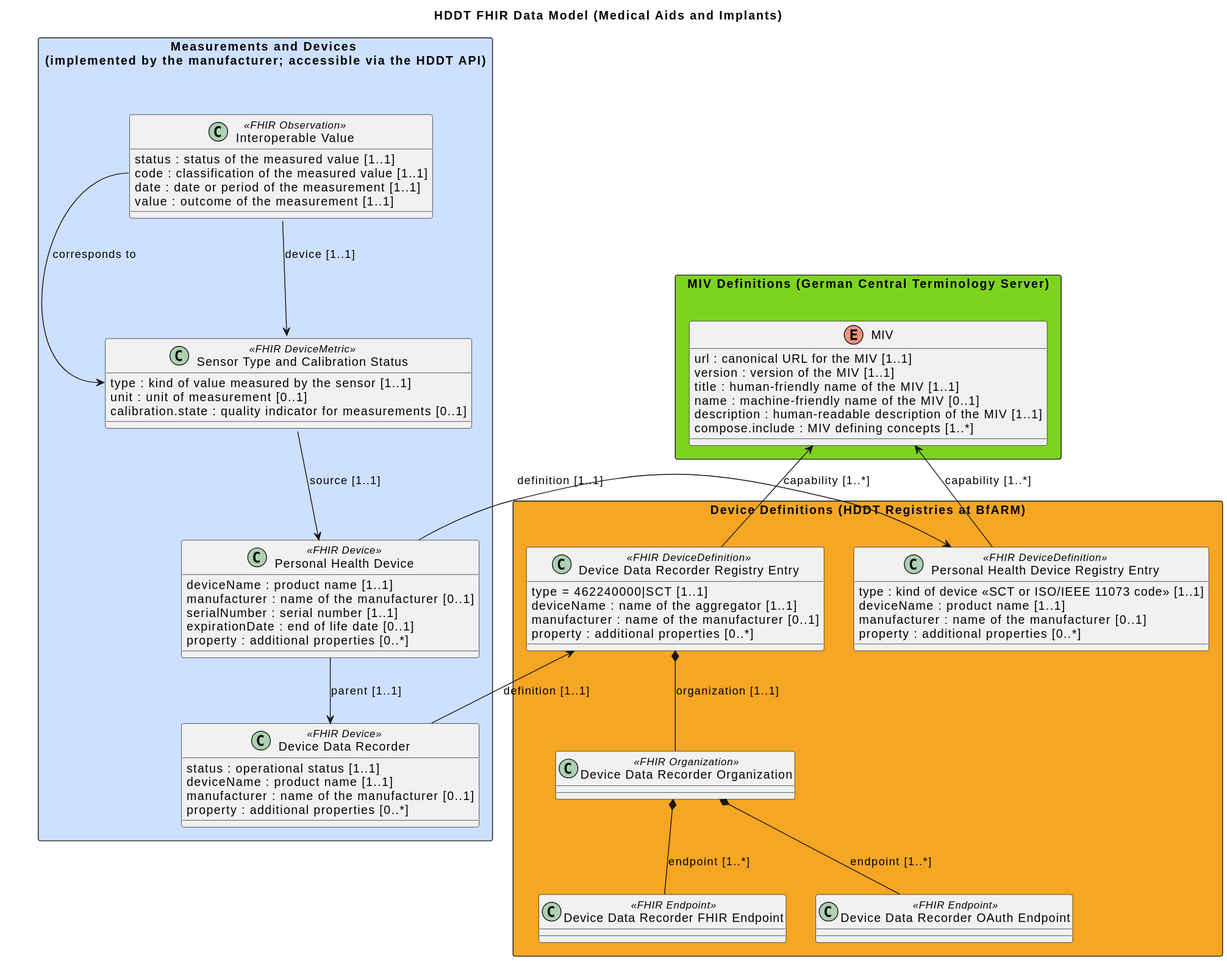
Earlier version of the PlantUML export input/images/out/HDDT_Informationsmodell_Generisch_Complete v3.svg (gematik/spec-HDDT). The source it was exported from:
```plantuml
@startuml
!define MANUFACTURER #CDE0FF
!define VIBW #7ED321
!define BFARM #F5A623

title HDDT FHIR Data Model (Medical Aids and Implants)
skinparam packageStyle rectangle

package HDDT_Measurements_and_Devices as "Measurements and Devices \n(implemented by the manufacturer; accessible via the HDDT API)"MANUFACTURER {

    class IV as "Interoperable Value" <<FHIR Observation>> {
        status : status of the measured value [1..1]
        code : classification of the measured value [1..1]
        date : date or period of the measurement [1..1]
        value : outcome of the measurement [1..1]
    }

    class Metric as "Sensor Type and Calibration Status" <<FHIR DeviceMetric>> {
        type : kind of value measured by the sensor [1..1]
        unit : unit of measurement [0..1]
        calibration.state : quality indicator for measurements [0..1]
    }

    IV::code --> Metric::type : "corresponds to"

    class PHD as "Personal Health Device" <<FHIR Device>> {
        deviceName : product name [1..1]
        manufacturer : name of the manufacturer [0..1]
        serialNumber : serial number [1..1]
        expirationDate : end of life date [0..1]
        property : additional properties [0..*]
    }

    class DM as "Device Data Recorder" <<FHIR Device>> {
        status : operational status [1..1]
        deviceName : product name [1..1]
        manufacturer : name of the manufacturer [0..1]
        property : additional properties [0..*]
    }

    IV --> Metric : "device [1..1] "
    Metric --> PHD : "source [1..1]"
    PHD --> DM : "parent [1..1]"
}

package HDDT_Registries as "Device Definitions (HDDT Registries at BfARM)" BFARM {

    class PHD_Def as "Personal Health Device Registry Entry" <<FHIR DeviceDefinition>> {
        type : kind of device <<SCT or ISO/IEEE 11073 code>> [1..1]
        deviceName : product name [1..1]
        manufacturer : name of the manufacturer [0..1]
        property : additional properties [0..*]
    }

    class DM_Def as "Device Data Recorder Registry Entry" <<FHIR DeviceDefinition>> {
        type = 462240000|SCT [1..1]
        deviceName : name of the aggregator [1..1]
        manufacturer : name of the manufacturer [0..1]
        property : additional properties [0..*]
    }

    class DM_Org as "Device Data Recorder Organization" <<FHIR Organization>> {
    }
    class EP_FHIR as "Device Data Recorder FHIR Endpoint" <<FHIR Endpoint>> {
    }
    class EP_OAuth as "Device Data Recorder OAuth Endpoint" <<FHIR Endpoint>> {
    }

    DM_Def *-- DM_Org : "organization [1..1]"
    DM_Org *-- EP_FHIR : "endpoint [1..*]"
    DM_Org *-- EP_OAuth : "endpoint [1..*]"
}

DM -left-> DM_Def : "definition [1..1]"
PHD -left-> PHD_Def : "definition [1..1]"

package ZTS as "MIV Definitions (German Central Terminology Server)" VIBW {
    enum MIV {
        url : canonical URL for the MIV [1..1]
        version : version of the MIV [1..1]
        title : human-friendly name of the MIV [1..1]
        name : machine-friendly name of the MIV [0..1]
        description : human-readable description of the MIV [1..1]
        compose.include : MIV defining concepts [1..*]
    }
}


PHD_Def -up-> MIV : "capability [1..*]"
DM_Def -up-> MIV : "capability [1..*]"
@enduml
```
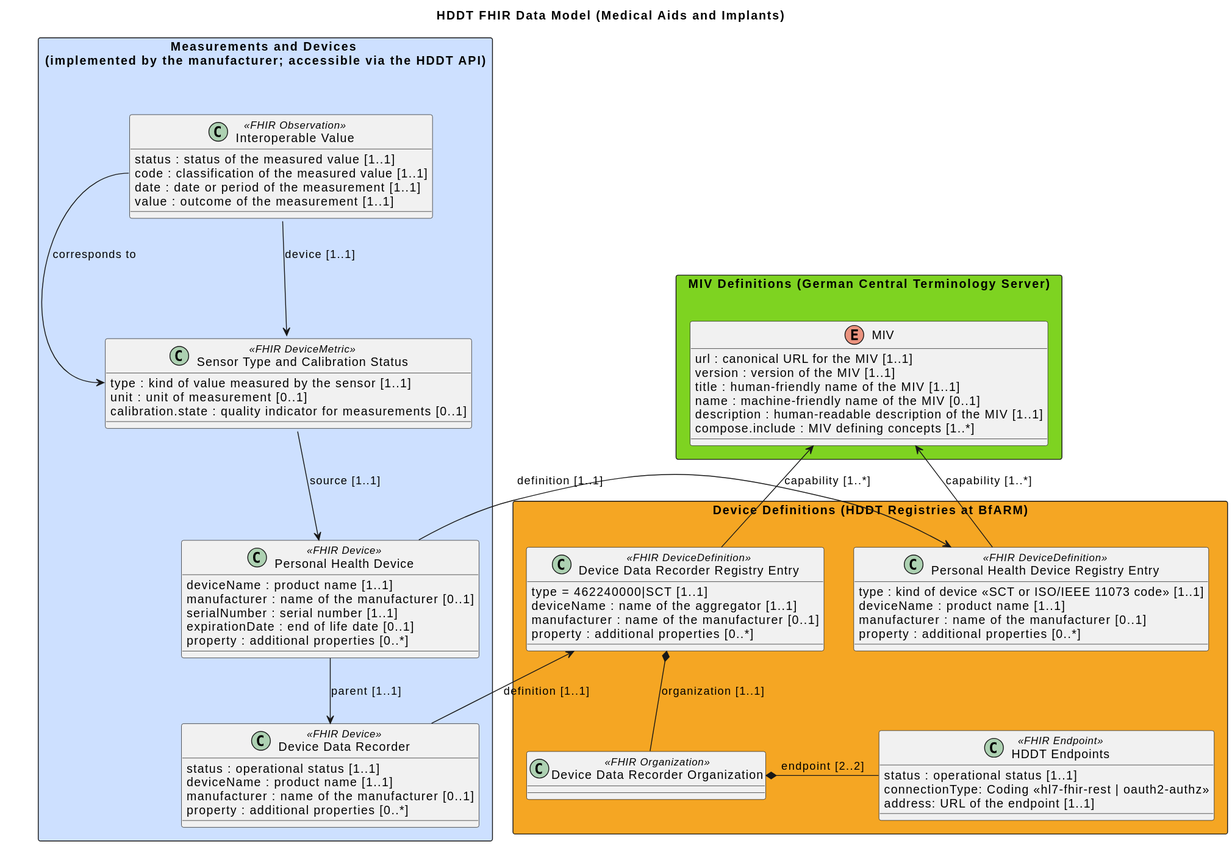
Later version of the same file.

Commit message:
Aktualisierung UML zum Informationsmodell (#22)

Diff of the diagram source:
```diff
@@ -61,14 +61,14 @@
 
     class DM_Org as "Device Data Recorder Organization" <<FHIR Organization>> {
     }
-    class EP_FHIR as "Device Data Recorder FHIR Endpoint" <<FHIR Endpoint>> {
-    }
-    class EP_OAuth as "Device Data Recorder OAuth Endpoint" <<FHIR Endpoint>> {
+    class EP as "HDDT Endpoints" <<FHIR Endpoint>> {
+        status : operational status [1..1]
+        connectionType: Coding <<hl7-fhir-rest | oauth2-authz>>
+        address: URL of the endpoint [1..1]
     }
 
     DM_Def *-- DM_Org : "organization [1..1]"
-    DM_Org *-- EP_FHIR : "endpoint [1..*]"
-    DM_Org *-- EP_OAuth : "endpoint [1..*]"
+    DM_Org *- EP : "endpoint [2..2]"
 }
 
 DM -left-> DM_Def : "definition [1..1]"
```
